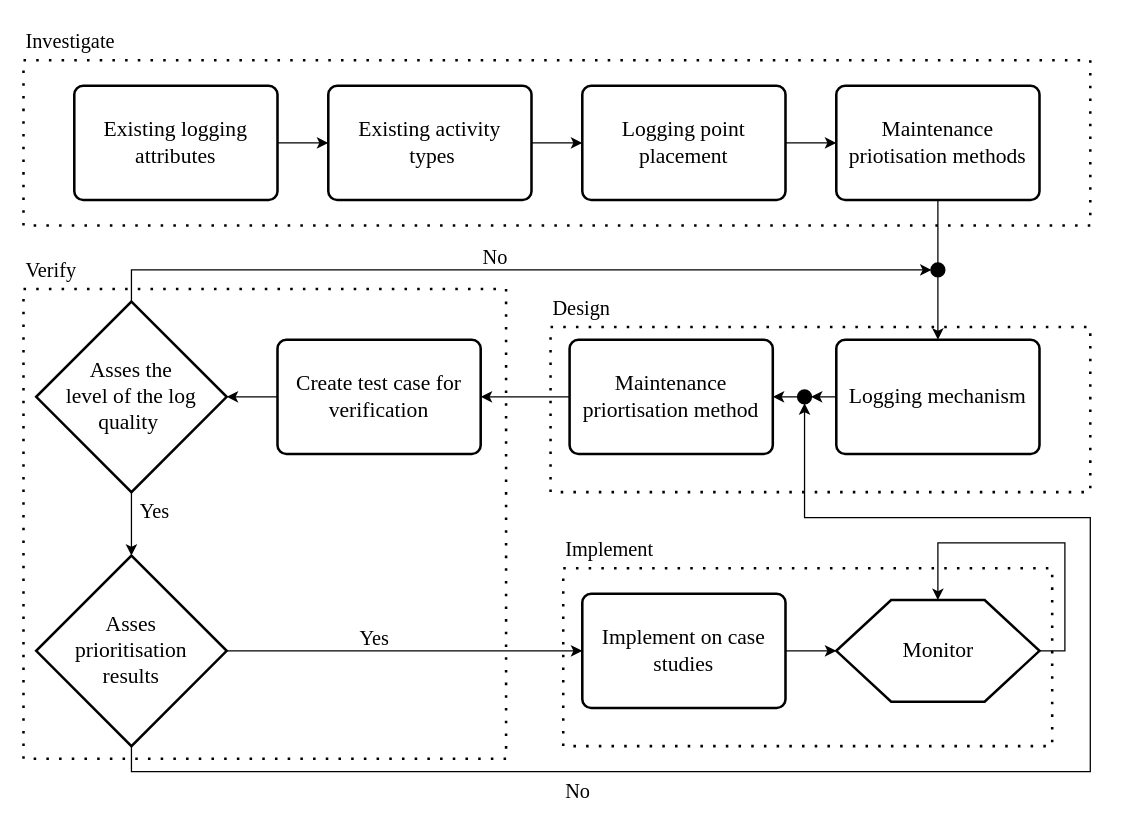
Before: img/Chapter2/developmentOfSolution/developementOfSolution.drawio in CorrieScheepers/Masters, a draw.io diagram. Source tidied: cells renumbered, new cells numbered last; positions are measured from the earlier drawing's top-left corner, leaving out a move shared by most shapes. Both pictures are drawn from the tidied source at 127%, with x=0, y=0 at pixel (23, 22).
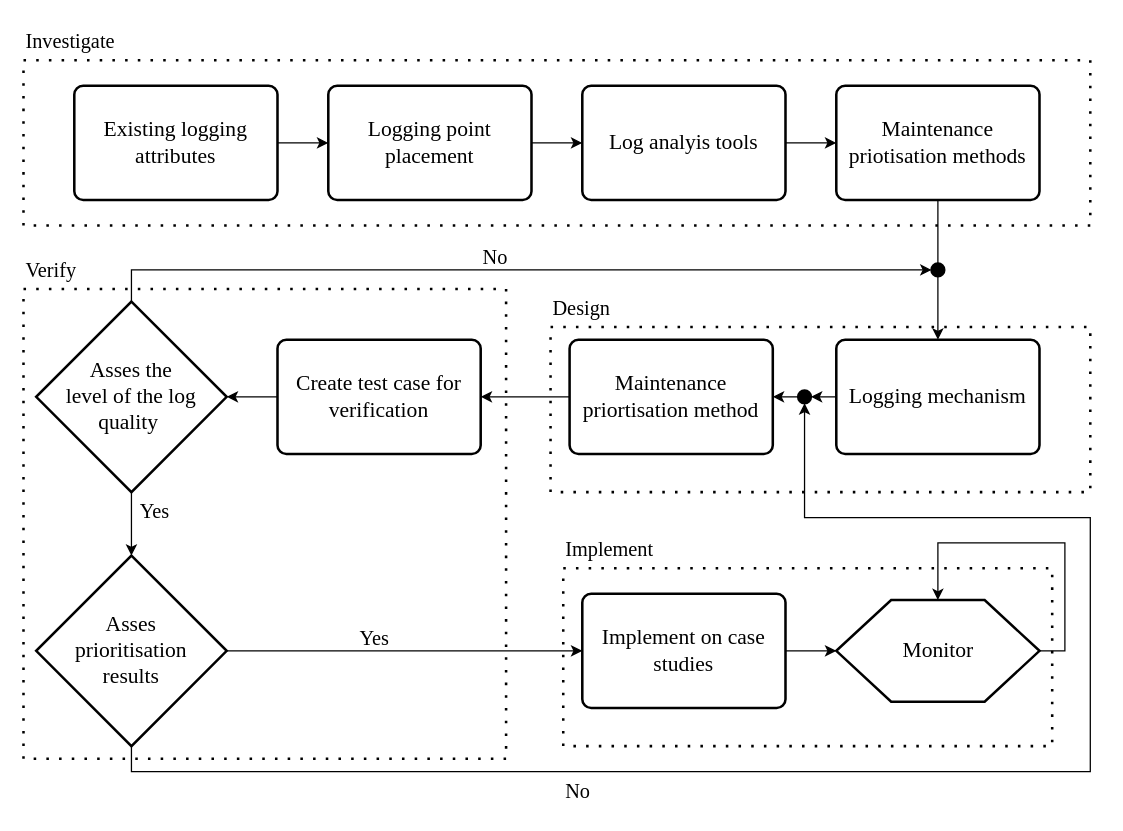
The same page after the edit.

What changed in the source:
```diff
@@
-    <mxCell id="8" value="Existing activity&lt;br&gt;&amp;nbsp;types" style="rounded=1;whiteSpace=wrap;html=1;absoluteArcSize=1;arcSize=14;strokeWidth=2;fontFamily=Times New Roman;fillColor=none;fontSize=17;" parent="1" vertex="1">
+    <mxCell id="8" value="Logging point placement" style="rounded=1;whiteSpace=wrap;html=1;absoluteArcSize=1;arcSize=14;strokeWidth=2;fontFamily=Times New Roman;fillColor=none;fontSize=17;" parent="1" vertex="1">
       <mxGeometry x="240" y="50" width="160" height="90" as="geometry" />
     </mxCell>
@@
-    <mxCell id="10" value="Logging point placement" style="rounded=1;whiteSpace=wrap;html=1;absoluteArcSize=1;arcSize=14;strokeWidth=2;fontFamily=Times New Roman;fillColor=none;fontSize=17;" parent="1" vertex="1">
+    <mxCell id="10" value="Log analyis tools" style="rounded=1;whiteSpace=wrap;html=1;absoluteArcSize=1;arcSize=14;strokeWidth=2;fontFamily=Times New Roman;fillColor=none;fontSize=17;" parent="1" vertex="1">
       <mxGeometry x="440" y="50" width="160" height="90" as="geometry" />
     </mxCell>
```
